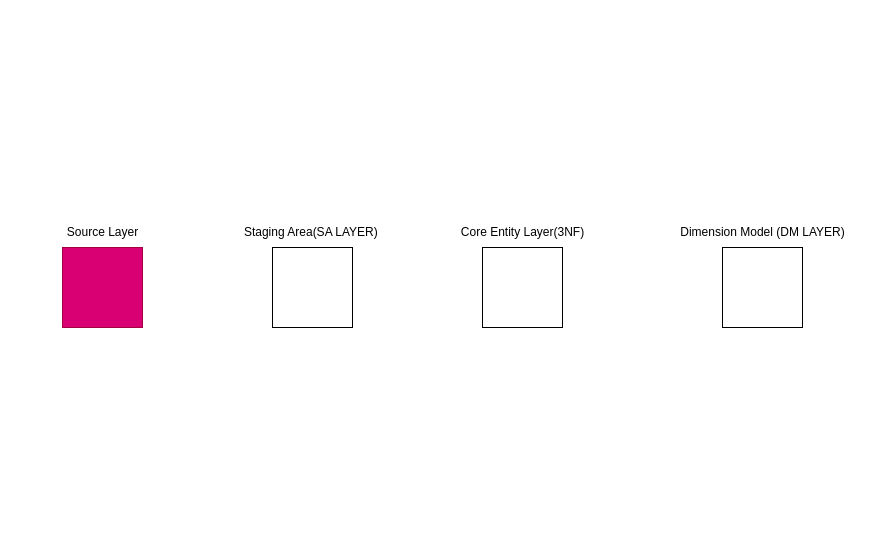
Earlier version of the draw.io diagram Task8.drawio (SergejusSG/git-demo1). Source tidied: cells renumbered, new cells numbered last; positions are measured from the earlier drawing's top-left corner, leaving out a move shared by most shapes. Both pictures are drawn from the tidied source at 100%, with x=0, y=0 at pixel (57, 217).
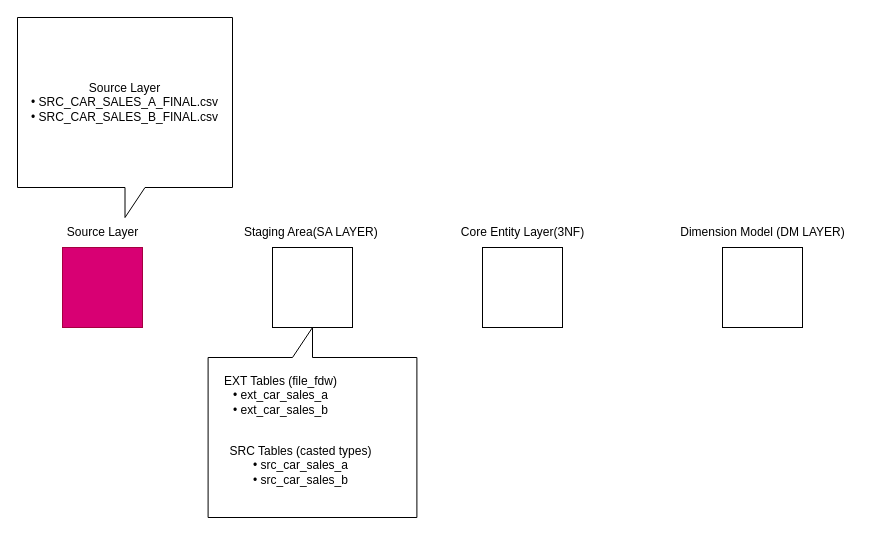
After the change.

Diff of the diagram source:
```diff
@@
 <mxGraphModel>
   <root>
     <mxCell id="0" />
     <mxCell id="1" parent="0" />
-    <mxCell id="2" style="whiteSpace=wrap;html=1;fillColor=light-dark(#D80073,#F0FF22);fontColor=#ffffff;strokeColor=#A50040;" parent="1" vertex="1">
+    <mxCell id="2" style="whiteSpace=wrap;html=1;fillColor=light-dark(#D80073,#F0FF22);fontColor=#ffffff;strokeColor=#A50040;fontSize=4;" parent="1" vertex="1">
       <mxGeometry x="5" y="30" width="80" height="80" as="geometry" />
     </mxCell>
     <mxCell id="3" style="whiteSpace=wrap;html=1;fillColor=light-dark(#FFFFFF,#2810FF);" parent="1" vertex="1">
       <mxGeometry x="215" y="30" width="80" height="80" as="geometry" />
     </mxCell>
     <mxCell id="4" style="whiteSpace=wrap;html=1;fillColor=light-dark(#FFFFFF,#24FF3A);" parent="1" vertex="1">
       <mxGeometry x="425" y="30" width="80" height="80" as="geometry" />
     </mxCell>
     <mxCell id="5" style="whiteSpace=wrap;html=1;fillColor=light-dark(#FFFFFF,#7F00FF);" parent="1" vertex="1">
       <mxGeometry x="665" y="30" width="80" height="80" as="geometry" />
     </mxCell>
     <mxCell id="6" value="Source Layer" style="text;html=1;align=center;verticalAlign=middle;strokeColor=none;fillColor=none;" parent="1" vertex="1">
       <mxGeometry width="90" height="30" as="geometry" />
     </mxCell>
     <mxCell id="7" value="Staging Area(SA LAYER)&amp;nbsp;" style="text;html=1;align=center;verticalAlign=middle;strokeColor=none;fillColor=none;" parent="1" vertex="1">
       <mxGeometry x="175" width="160" height="30" as="geometry" />
     </mxCell>
     <mxCell id="8" value="Core Entity Layer(3NF)" style="text;html=1;align=center;verticalAlign=middle;strokeColor=none;fillColor=none;" parent="1" vertex="1">
       <mxGeometry x="390" width="150" height="30" as="geometry" />
     </mxCell>
     <mxCell id="9" value="Dimension Model (DM LAYER)" style="text;html=1;align=center;verticalAlign=middle;strokeColor=none;fillColor=none;" parent="1" vertex="1">
       <mxGeometry x="610" width="190" height="30" as="geometry" />
     </mxCell>
+    <mxCell id="10" value="Source Layer&#10;• SRC_CAR_SALES_A_FINAL.csv&#10;• SRC_CAR_SALES_B_FINAL.csv" style="shape=callout;whiteSpace=wrap;html=1;perimeter=calloutPerimeter;" parent="1" vertex="1">
+      <mxGeometry x="-40" y="-200" width="215" height="200" as="geometry" />
+    </mxCell>
+    <mxCell id="11" style="shape=callout;whiteSpace=wrap;html=1;perimeter=calloutPerimeter;rotation=-180;" parent="1" vertex="1">
+      <mxGeometry x="150.6" y="110" width="208.8" height="190" as="geometry" />
+    </mxCell>
+    <mxCell id="12" value="&lt;div&gt;EXT Tables (file_fdw)&lt;/div&gt;&lt;div&gt;• ext_car_sales_a&lt;/div&gt;&lt;div&gt;• ext_car_sales_b&lt;/div&gt;&lt;div&gt;&lt;br&gt;&lt;/div&gt;" style="text;html=1;align=center;verticalAlign=middle;whiteSpace=wrap;rounded=0;" parent="1" vertex="1">
+      <mxGeometry x="154.2" y="140" width="138.8" height="90" as="geometry" />
+    </mxCell>
+    <mxCell id="13" value="&lt;div&gt;&lt;div&gt;SRC Tables (casted types)&lt;/div&gt;&lt;div&gt;• src_car_sales_a&lt;/div&gt;&lt;div&gt;• src_car_sales_b&lt;/div&gt;&lt;/div&gt;&lt;div&gt;&lt;br&gt;&lt;/div&gt;" style="text;html=1;align=center;verticalAlign=middle;whiteSpace=wrap;rounded=0;" parent="1" vertex="1">
+      <mxGeometry x="154.2" y="210" width="178.8" height="90" as="geometry" />
+    </mxCell>
   </root>
 </mxGraphModel>
```
